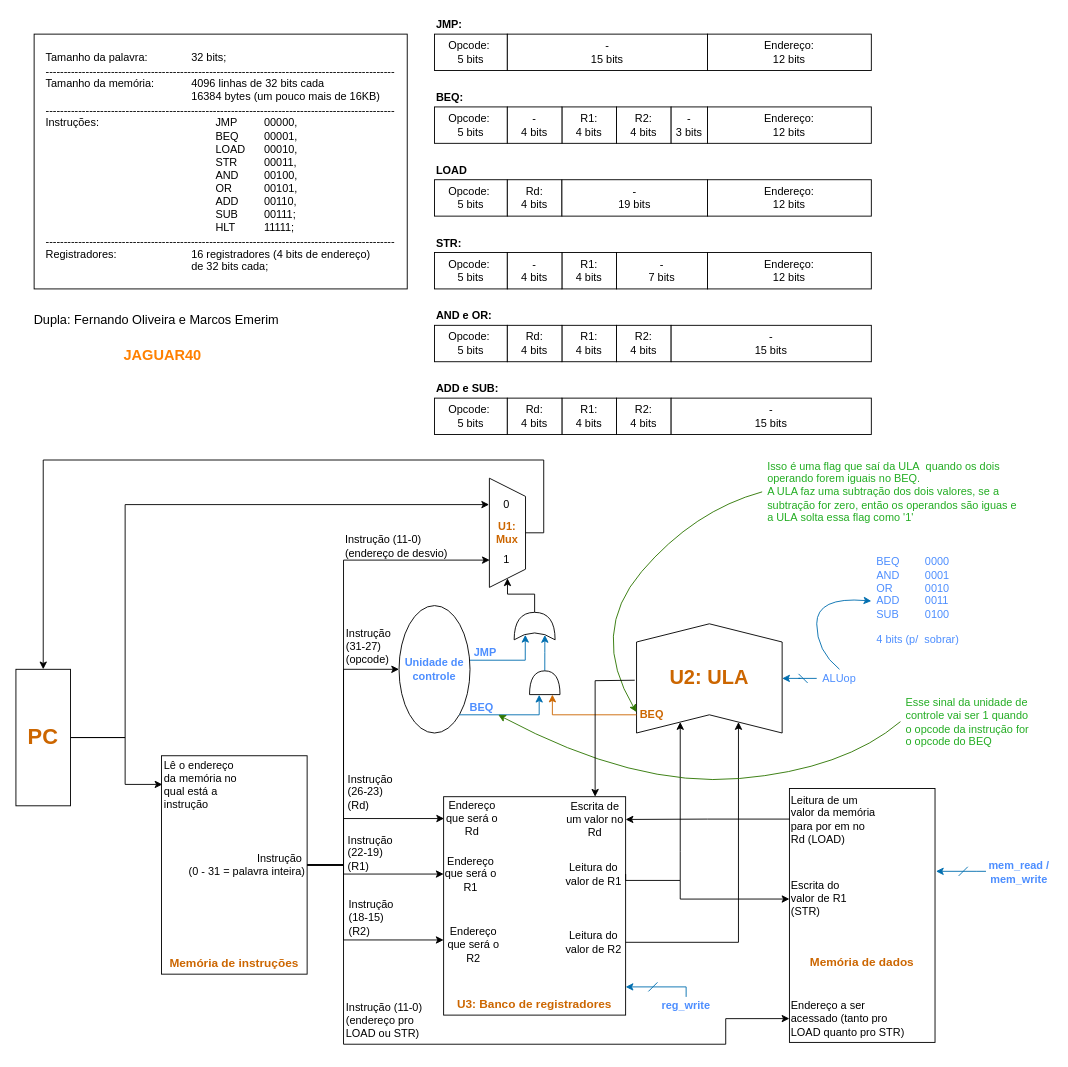
Earlier version of the draw.io diagram first-work/data-path.drawio (fefoliveira/computer-organization). Source tidied: cells renumbered, new cells numbered last; positions are measured from the earlier drawing's top-left corner, leaving out a move shared by most shapes. Both pictures are drawn from the tidied source at 91%, with x=0, y=0 at pixel (15, 15).
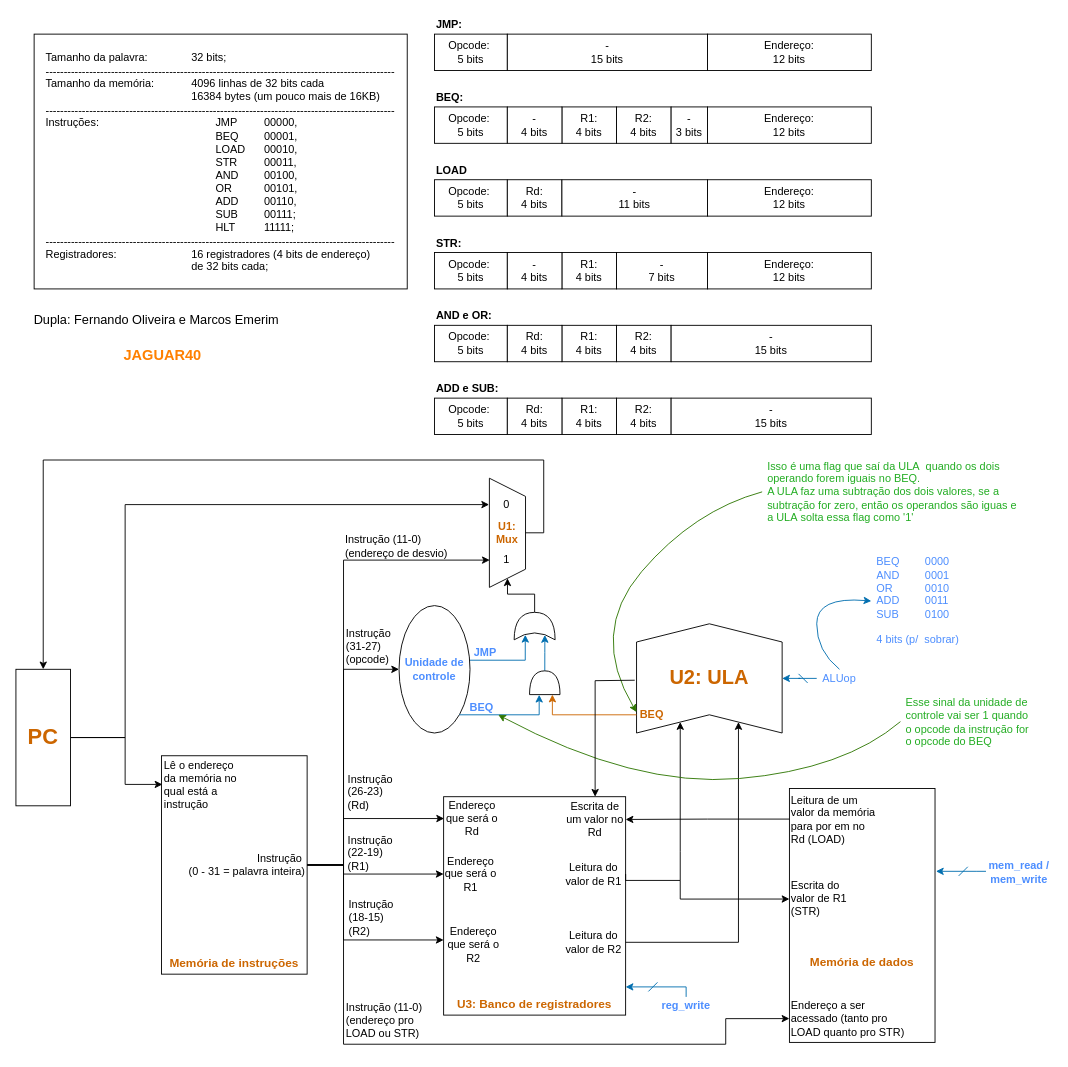
The same diagram, later.

Diff of the diagram source:
```diff
@@
-    <mxCell id="24" value="-&lt;div&gt;19 bits&lt;/div&gt;" style="rounded=0;whiteSpace=wrap;html=1;" parent="1" vertex="1">
+    <mxCell id="24" value="-&lt;div&gt;11 bits&lt;/div&gt;" style="rounded=0;whiteSpace=wrap;html=1;" parent="1" vertex="1">
       <mxGeometry x="600" y="180" width="160" height="40" as="geometry" />
     </mxCell>
```
